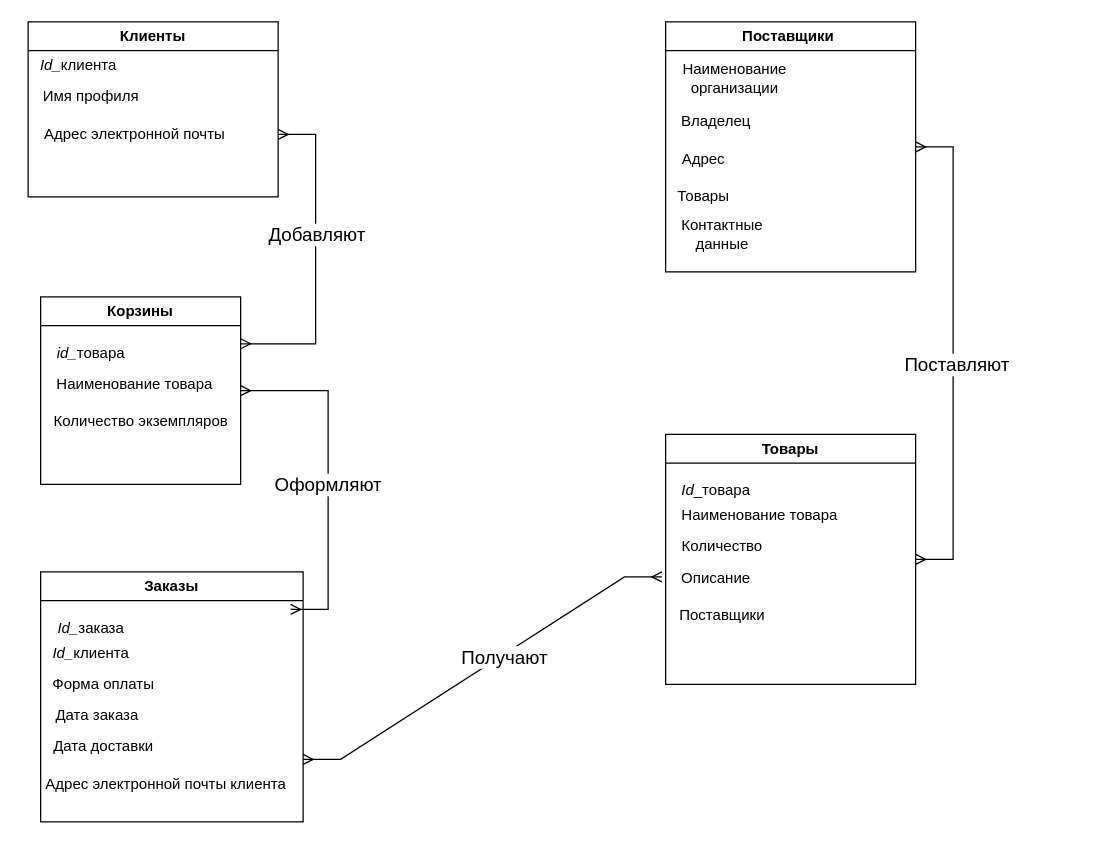
Above: ER-модель.drawio in Weintag/Database (draw.io), before the change. Source tidied: cells renumbered, new cells numbered last; positions are measured from the earlier drawing's top-left corner, leaving out a move shared by most shapes. Both pictures are drawn from the tidied source at 125%, with x=0, y=0 at pixel (28, 21).
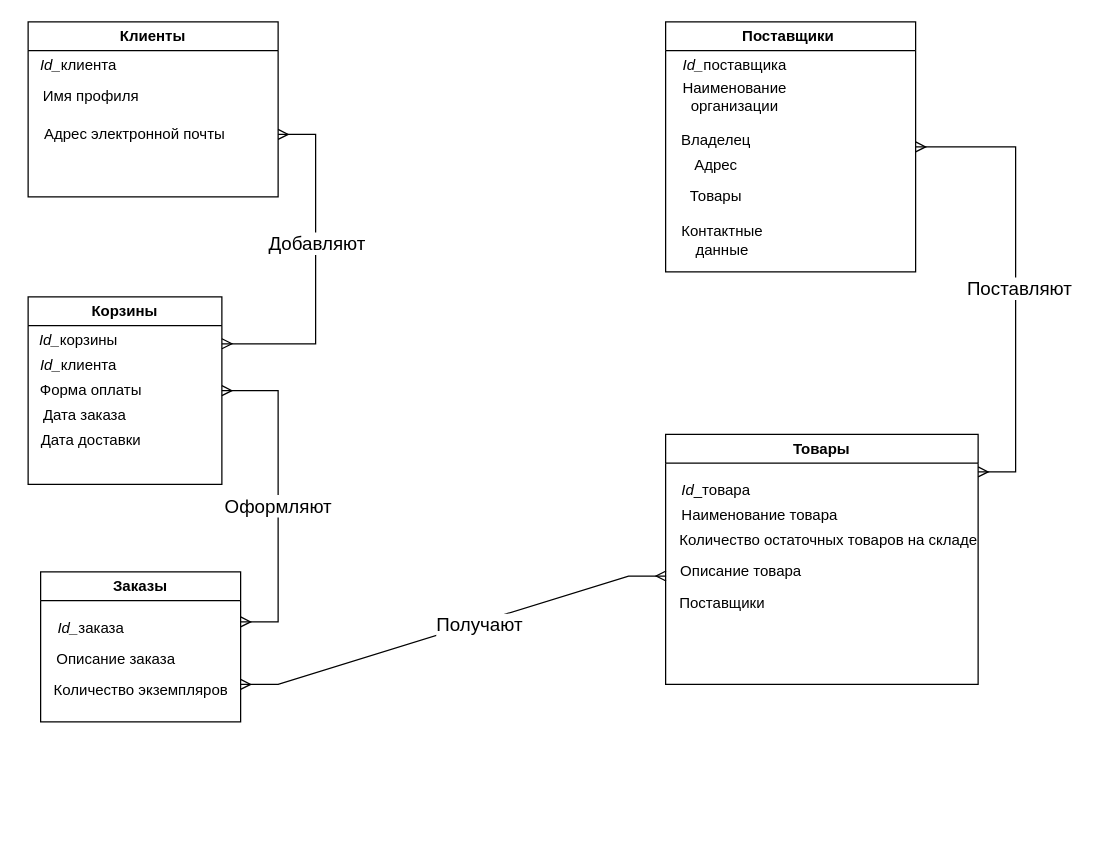
The same diagram, later.

The change refers to these unchanged cells:
```xml
<mxCell id="13" value="Поставщики&amp;nbsp;" style="swimlane;whiteSpace=wrap;html=1;" parent="1" vertex="1">
  <mxGeometry x="510" width="200" height="200" as="geometry" />
</mxCell>
```

Diff of the diagram source:
```diff
@@
     <mxCell id="7" value="Товары" style="swimlane;whiteSpace=wrap;html=1;" parent="1" vertex="1">
-      <mxGeometry x="510" y="330" width="200" height="200" as="geometry" />
+      <mxGeometry x="510" y="330" width="250" height="200" as="geometry" />
     </mxCell>
@@
-    <mxCell id="10" value="Количество" style="text;html=1;align=center;verticalAlign=middle;strokeColor=none;fillColor=none;" parent="7" vertex="1">
-      <mxGeometry y="75" width="90" height="30" as="geometry" />
+    <mxCell id="10" value="Количество остаточных товаров на складе" style="text;html=1;align=center;verticalAlign=middle;strokeColor=none;fillColor=none;" parent="7" vertex="1">
+      <mxGeometry y="70" width="260" height="30" as="geometry" />
     </mxCell>
-    <mxCell id="11" value="Описание" style="text;html=1;align=center;verticalAlign=middle;points=[];strokeColor=none;fillColor=none;" parent="7" vertex="1">
-      <mxGeometry y="100" width="80" height="30" as="geometry" />
+    <mxCell id="11" value="Описание товара" style="text;html=1;align=center;verticalAlign=middle;points=[];strokeColor=none;fillColor=none;" parent="7" vertex="1">
+      <mxGeometry y="95" width="120" height="30" as="geometry" />
     </mxCell>
     <mxCell id="12" value="Поставщики" style="text;html=1;align=center;verticalAlign=middle;strokeColor=none;fillColor=none;" parent="7" vertex="1">
-      <mxGeometry y="130" width="90" height="30" as="geometry" />
+      <mxGeometry y="120" width="90" height="30" as="geometry" />
     </mxCell>
@@
     <mxCell id="14" value="Наименование&lt;br/&gt;организации" style="text;html=1;align=center;verticalAlign=middle;strokeColor=none;fillColor=none;" parent="13" vertex="1">
-      <mxGeometry y="25" width="110" height="40" as="geometry" />
+      <mxGeometry y="40" width="110" height="40" as="geometry" />
     </mxCell>
     <mxCell id="15" value="Владелец" style="text;html=1;align=center;verticalAlign=middle;strokeColor=none;fillColor=none;" parent="13" vertex="1">
-      <mxGeometry y="65" width="80" height="30" as="geometry" />
+      <mxGeometry y="80" width="80" height="30" as="geometry" />
     </mxCell>
     <mxCell id="16" value="Адрес" style="text;html=1;align=center;verticalAlign=middle;strokeColor=none;fillColor=none;" parent="13" vertex="1">
-      <mxGeometry y="95" width="60" height="30" as="geometry" />
+      <mxGeometry x="10" y="100" width="60" height="30" as="geometry" />
     </mxCell>
     <mxCell id="17" value="Товары" style="text;html=1;align=center;verticalAlign=middle;strokeColor=none;fillColor=none;" parent="13" vertex="1">
-      <mxGeometry y="125" width="60" height="30" as="geometry" />
+      <mxGeometry x="10" y="125" width="60" height="30" as="geometry" />
     </mxCell>
     <mxCell id="18" value="Контактные&lt;br/&gt;данные" style="text;html=1;align=center;verticalAlign=middle;strokeColor=none;fillColor=none;" parent="13" vertex="1">
-      <mxGeometry y="150" width="90" height="40" as="geometry" />
+      <mxGeometry y="155" width="90" height="40" as="geometry" />
     </mxCell>
+    <mxCell id="38" value="&lt;i&gt;Id_&lt;/i&gt;поставщика" style="text;html=1;align=center;verticalAlign=middle;strokeColor=none;fillColor=none;" parent="13" vertex="1">
+      <mxGeometry y="20" width="110" height="30" as="geometry" />
+    </mxCell>
     <mxCell id="19" value="Корзины" style="swimlane;whiteSpace=wrap;html=1;" parent="1" vertex="1">
-      <mxGeometry x="10" y="220" width="160" height="150" as="geometry" />
+      <mxGeometry y="220" width="155" height="150" as="geometry" />
     </mxCell>
-    <mxCell id="20" value="&lt;i&gt;id_&lt;/i&gt;товара" style="text;html=1;align=center;verticalAlign=middle;strokeColor=none;fillColor=none;" parent="19" vertex="1">
-      <mxGeometry y="30" width="80" height="30" as="geometry" />
+    <mxCell id="20" value="&lt;i&gt;Id_&lt;/i&gt;корзины" style="text;html=1;align=center;verticalAlign=middle;strokeColor=none;fillColor=none;" parent="19" vertex="1">
+      <mxGeometry x="-5" y="20" width="90" height="30" as="geometry" />
     </mxCell>
-    <mxCell id="21" value="Наименование товара" style="text;html=1;align=center;verticalAlign=middle;strokeColor=none;fillColor=none;" parent="19" vertex="1">
-      <mxGeometry y="55" width="150" height="30" as="geometry" />
-    </mxCell>
-    <mxCell id="22" value="Количество экземпляров" style="text;html=1;align=center;verticalAlign=middle;strokeColor=none;fillColor=none;" parent="19" vertex="1">
-      <mxGeometry y="85" width="160" height="30" as="geometry" />
-    </mxCell>
-    <mxCell id="23" value="Заказы" style="swimlane;whiteSpace=wrap;html=1;" parent="1" vertex="1">
-      <mxGeometry x="10" y="440" width="210" height="200" as="geometry" />
-    </mxCell>
-    <mxCell id="24" value="&lt;i&gt;Id_&lt;/i&gt;заказа" style="text;html=1;align=center;verticalAlign=middle;strokeColor=none;fillColor=none;" parent="23" vertex="1">
-      <mxGeometry y="30" width="80" height="30" as="geometry" />
-    </mxCell>
-    <mxCell id="25" value="&lt;i&gt;Id_&lt;/i&gt;клиента" style="text;html=1;align=center;verticalAlign=middle;strokeColor=none;fillColor=none;" parent="23" vertex="1">
-      <mxGeometry y="50" width="80" height="30" as="geometry" />
+    <mxCell id="25" value="&lt;i&gt;Id_&lt;/i&gt;клиента" style="text;html=1;align=center;verticalAlign=middle;strokeColor=none;fillColor=none;" parent="19" vertex="1">
+      <mxGeometry y="40" width="80" height="30" as="geometry" />
     </mxCell>
-    <mxCell id="26" value="Форма оплаты" style="text;html=1;align=center;verticalAlign=middle;strokeColor=none;fillColor=none;" parent="23" vertex="1">
-      <mxGeometry y="75" width="100" height="30" as="geometry" />
+    <mxCell id="26" value="Форма оплаты" style="text;html=1;align=center;verticalAlign=middle;strokeColor=none;fillColor=none;" parent="19" vertex="1">
+      <mxGeometry y="60" width="100" height="30" as="geometry" />
     </mxCell>
-    <mxCell id="27" value="Дата заказа" style="text;html=1;align=center;verticalAlign=middle;strokeColor=none;fillColor=none;" parent="23" vertex="1">
-      <mxGeometry y="100" width="90" height="30" as="geometry" />
+    <mxCell id="27" value="Дата заказа" style="text;html=1;align=center;verticalAlign=middle;strokeColor=none;fillColor=none;" parent="19" vertex="1">
+      <mxGeometry y="80" width="90" height="30" as="geometry" />
     </mxCell>
-    <mxCell id="28" value="Дата доставки" style="text;html=1;align=center;verticalAlign=middle;strokeColor=none;fillColor=none;" parent="23" vertex="1">
-      <mxGeometry y="125" width="100" height="30" as="geometry" />
+    <mxCell id="28" value="Дата доставки" style="text;html=1;align=center;verticalAlign=middle;strokeColor=none;fillColor=none;" parent="19" vertex="1">
+      <mxGeometry y="100" width="100" height="30" as="geometry" />
     </mxCell>
-    <mxCell id="29" value="Адрес электронной почты клиента" style="text;html=1;align=center;verticalAlign=middle;strokeColor=none;fillColor=none;" parent="23" vertex="1">
-      <mxGeometry x="-10" y="155" width="220" height="30" as="geometry" />
-    </mxCell>
+    <mxCell id="23" value="Заказы" style="swimlane;whiteSpace=wrap;html=1;" parent="1" vertex="1">
+      <mxGeometry x="10" y="440" width="160" height="120" as="geometry" />
+    </mxCell>
+    <mxCell id="24" value="&lt;i&gt;Id_&lt;/i&gt;заказа" style="text;html=1;align=center;verticalAlign=middle;strokeColor=none;fillColor=none;" parent="23" vertex="1">
+      <mxGeometry y="30" width="80" height="30" as="geometry" />
+    </mxCell>
+    <mxCell id="21" value="Описание заказа" style="text;html=1;align=center;verticalAlign=middle;strokeColor=none;fillColor=none;" parent="23" vertex="1">
+      <mxGeometry y="55" width="120" height="30" as="geometry" />
+    </mxCell>
+    <mxCell id="22" value="Количество экземпляров" style="text;html=1;align=center;verticalAlign=middle;strokeColor=none;fillColor=none;" parent="23" vertex="1">
+      <mxGeometry y="80" width="160" height="30" as="geometry" />
+    </mxCell>
-    <mxCell id="30" style="edgeStyle=entityRelationEdgeStyle;fontSize=12;html=1;endArrow=ERmany;startArrow=ERmany;rounded=0;exitX=1;exitY=0.5;exitDx=0;exitDy=0;entryX=1;entryY=0.5;entryDx=0;entryDy=0;" parent="1" edge="1" source="7" target="13">
-      <mxGeometry relative="1" as="geometry" />
+    <mxCell id="30" style="edgeStyle=entityRelationEdgeStyle;fontSize=12;html=1;endArrow=ERmany;startArrow=ERmany;rounded=0;entryX=1;entryY=0.5;entryDx=0;entryDy=0;" parent="1" edge="1" target="13">
+      <mxGeometry relative="1" as="geometry">
+        <mxPoint x="760" y="360" as="sourcePoint" />
+      </mxGeometry>
     </mxCell>
@@
-    <mxCell id="32" style="edgeStyle=entityRelationEdgeStyle;fontSize=12;html=1;endArrow=ERmany;startArrow=ERmany;rounded=0;exitX=-0.037;exitY=0.467;exitDx=0;exitDy=0;entryX=1;entryY=0.75;entryDx=0;entryDy=0;exitPerimeter=0;" parent="1" edge="1" source="11" target="23">
+    <mxCell id="32" style="edgeStyle=entityRelationEdgeStyle;fontSize=12;html=1;endArrow=ERmany;startArrow=ERmany;rounded=0;entryX=1;entryY=0.75;entryDx=0;entryDy=0;exitX=0.003;exitY=0.611;exitDx=0;exitDy=0;exitPerimeter=0;" parent="1" edge="1" source="11" target="23">
       <mxGeometry relative="1" as="geometry" />
     </mxCell>
@@
     <mxCell id="34" style="edgeStyle=entityRelationEdgeStyle;fontSize=12;html=1;endArrow=ERmany;startArrow=ERmany;rounded=0;entryX=1;entryY=0.5;entryDx=0;entryDy=0;" parent="1" edge="1" target="19">
       <mxGeometry relative="1" as="geometry">
-        <mxPoint x="210" y="470" as="sourcePoint" />
+        <mxPoint x="170" y="480" as="sourcePoint" />
       </mxGeometry>
     </mxCell>
```
